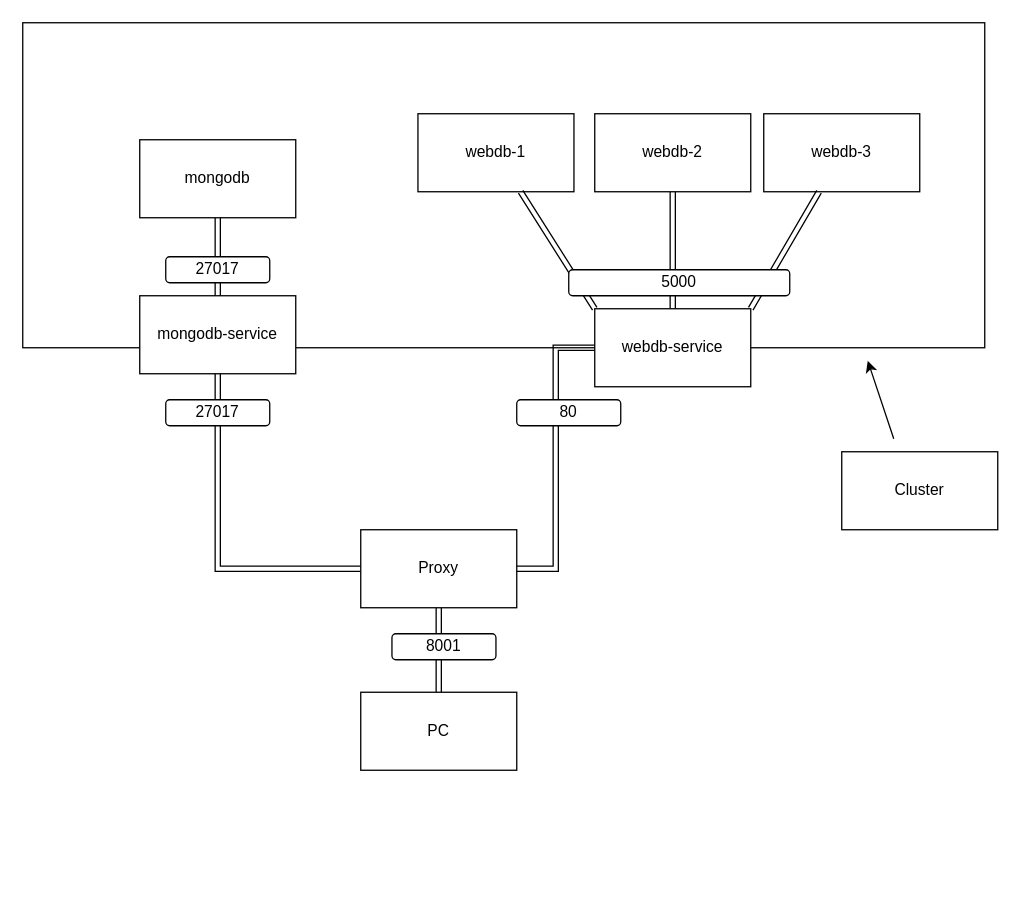
Earlier version of the draw.io diagram diagram.drawio (ComplexNetTSP/kubernetes-LeDuc34). Source tidied: cells renumbered, new cells numbered last; positions are measured from the earlier drawing's top-left corner, leaving out a move shared by most shapes. Both pictures are drawn from the tidied source at 130%, with x=0, y=0 at pixel (22, 22).
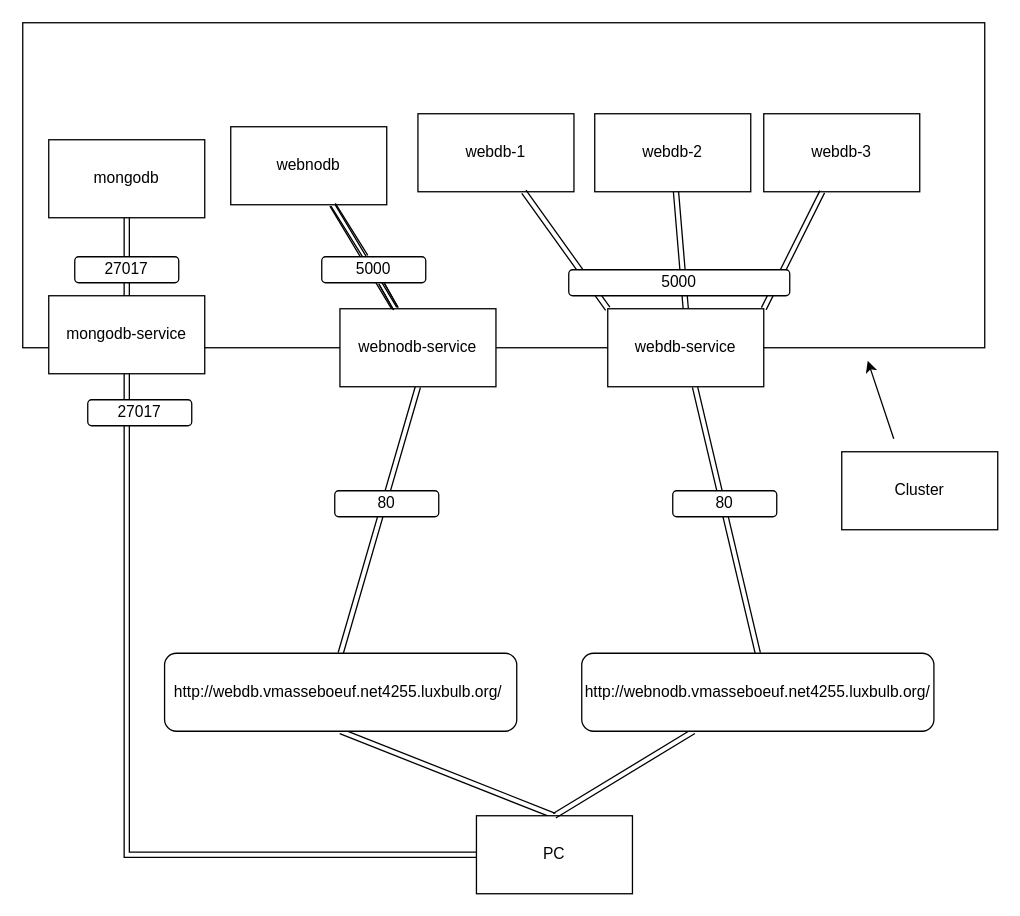
The same page after the edit.

Diff of the diagram source:
```diff
@@
     <mxCell id="6" value="mongodb" style="rounded=0;whiteSpace=wrap;html=1;" parent="1" vertex="1">
-      <mxGeometry x="90" y="90" width="120" height="60" as="geometry" />
+      <mxGeometry x="20" y="90" width="120" height="60" as="geometry" />
     </mxCell>
-    <mxCell id="7" style="edgeStyle=orthogonalEdgeStyle;rounded=0;jettySize=auto;html=1;exitX=0.5;exitY=1;exitDx=0;exitDy=0;entryX=0;entryY=0.5;entryDx=0;entryDy=0;shape=link;" parent="1" edge="1" source="8" target="11">
+    <mxCell id="7" style="edgeStyle=orthogonalEdgeStyle;rounded=0;jettySize=auto;html=1;exitX=0.5;exitY=1;exitDx=0;exitDy=0;shape=link;entryX=0;entryY=0.5;entryDx=0;entryDy=0;" parent="1" edge="1" source="8" target="23">
       <mxGeometry relative="1" as="geometry" />
     </mxCell>
     <mxCell id="8" value="mongodb-service" style="rounded=0;whiteSpace=wrap;html=1;" parent="1" vertex="1">
-      <mxGeometry x="90" y="210" width="120" height="60" as="geometry" />
+      <mxGeometry x="20" y="210" width="120" height="60" as="geometry" />
     </mxCell>
-    <mxCell id="9" style="edgeStyle=orthogonalEdgeStyle;rounded=0;jettySize=auto;html=1;entryX=1;entryY=0.5;entryDx=0;entryDy=0;shape=link;" parent="1" edge="1" source="10" target="11">
-      <mxGeometry relative="1" as="geometry" />
-    </mxCell>
+    <mxCell id="25" style="edgeStyle=none;shape=link;html=1;entryX=0.5;entryY=0;entryDx=0;entryDy=0;" parent="1" edge="1" source="10" target="39">
+      <mxGeometry relative="1" as="geometry" />
+    </mxCell>
     <mxCell id="10" value="webdb-service" style="rounded=0;whiteSpace=wrap;html=1;" parent="1" vertex="1">
-      <mxGeometry x="440" y="220" width="120" height="60" as="geometry" />
+      <mxGeometry x="450" y="220" width="120" height="60" as="geometry" />
     </mxCell>
-    <mxCell id="11" value="Proxy" style="rounded=0;whiteSpace=wrap;html=1;" parent="1" vertex="1">
-      <mxGeometry x="260" y="390" width="120" height="60" as="geometry" />
-    </mxCell>
+    <mxCell id="26" style="edgeStyle=none;shape=link;html=1;exitX=0.5;exitY=1;exitDx=0;exitDy=0;entryX=0.5;entryY=0;entryDx=0;entryDy=0;" parent="1" edge="1" source="37" target="23">
+      <mxGeometry relative="1" as="geometry" />
+    </mxCell>
@@
-    <mxCell id="19" value="80" style="rounded=1;whiteSpace=wrap;html=1;" parent="1" vertex="1">
-      <mxGeometry x="380" y="290" width="80" height="20" as="geometry" />
-    </mxCell>
     <mxCell id="20" value="27017" style="rounded=1;whiteSpace=wrap;html=1;" parent="1" vertex="1">
-      <mxGeometry x="110" y="290" width="80" height="20" as="geometry" />
+      <mxGeometry x="50" y="290" width="80" height="20" as="geometry" />
     </mxCell>
     <mxCell id="21" value="27017" style="rounded=1;whiteSpace=wrap;html=1;" parent="1" vertex="1">
-      <mxGeometry x="110" y="180" width="80" height="20" as="geometry" />
+      <mxGeometry x="40" y="180" width="80" height="20" as="geometry" />
     </mxCell>
-    <mxCell id="22" style="edgeStyle=none;html=1;shape=link;" parent="1" edge="1" source="23" target="11">
-      <mxGeometry relative="1" as="geometry" />
-    </mxCell>
     <mxCell id="23" value="PC" style="rounded=0;whiteSpace=wrap;html=1;" parent="1" vertex="1">
-      <mxGeometry x="260" y="515" width="120" height="60" as="geometry" />
+      <mxGeometry x="349" y="610" width="120" height="60" as="geometry" />
     </mxCell>
-    <mxCell id="24" value="8001" style="rounded=1;whiteSpace=wrap;html=1;" parent="1" vertex="1">
-      <mxGeometry x="284" y="470" width="80" height="20" as="geometry" />
-    </mxCell>
+    <mxCell id="27" style="edgeStyle=none;shape=link;html=1;exitX=0.5;exitY=1;exitDx=0;exitDy=0;entryX=0.5;entryY=0;entryDx=0;entryDy=0;" parent="1" edge="1" source="29" target="37">
+      <mxGeometry relative="1" as="geometry" />
+    </mxCell>
+    <mxCell id="28" style="edgeStyle=none;shape=link;html=1;" parent="1" edge="1" source="29" target="33">
+      <mxGeometry relative="1" as="geometry" />
+    </mxCell>
+    <mxCell id="29" value="webnodb-service" style="rounded=0;whiteSpace=wrap;html=1;" parent="1" vertex="1">
+      <mxGeometry x="244" y="220" width="120" height="60" as="geometry" />
+    </mxCell>
+    <mxCell id="30" value="80" style="rounded=1;whiteSpace=wrap;html=1;" parent="1" vertex="1">
+      <mxGeometry x="240" y="360" width="80" height="20" as="geometry" />
+    </mxCell>
+    <mxCell id="31" value="80" style="rounded=1;whiteSpace=wrap;html=1;" parent="1" vertex="1">
+      <mxGeometry x="500" y="360" width="80" height="20" as="geometry" />
+    </mxCell>
+    <mxCell id="32" style="edgeStyle=none;shape=link;html=1;startArrow=none;" parent="1" edge="1" source="36" target="29">
+      <mxGeometry relative="1" as="geometry" />
+    </mxCell>
+    <mxCell id="33" value="webnodb" style="rounded=0;whiteSpace=wrap;html=1;" parent="1" vertex="1">
+      <mxGeometry x="160" y="80" width="120" height="60" as="geometry" />
+    </mxCell>
+    <mxCell id="34" style="edgeStyle=none;shape=link;html=1;endArrow=none;" parent="1" edge="1" source="33" target="36">
+      <mxGeometry relative="1" as="geometry" />
+    </mxCell>
+    <mxCell id="35" style="edgeStyle=none;shape=link;html=1;" parent="1" edge="1" source="36" target="29">
+      <mxGeometry relative="1" as="geometry" />
+    </mxCell>
+    <mxCell id="36" value="5000" style="rounded=1;whiteSpace=wrap;html=1;" parent="1" vertex="1">
+      <mxGeometry x="230" y="180" width="80" height="20" as="geometry" />
+    </mxCell>
+    <mxCell id="37" value="http://webdb.vmasseboeuf.net4255.luxbulb.org/&amp;nbsp;" style="rounded=1;whiteSpace=wrap;html=1;" parent="1" vertex="1">
+      <mxGeometry x="109.1" y="485" width="270.9" height="60" as="geometry" />
+    </mxCell>
+    <mxCell id="38" style="edgeStyle=none;shape=link;html=1;entryX=0.5;entryY=0;entryDx=0;entryDy=0;" parent="1" edge="1" source="39" target="23">
+      <mxGeometry relative="1" as="geometry" />
+    </mxCell>
+    <mxCell id="39" value="http://webnodb.vmasseboeuf.net4255.luxbulb.org/" style="rounded=1;whiteSpace=wrap;html=1;" parent="1" vertex="1">
+      <mxGeometry x="430" y="485" width="270.9" height="60" as="geometry" />
+    </mxCell>
```
